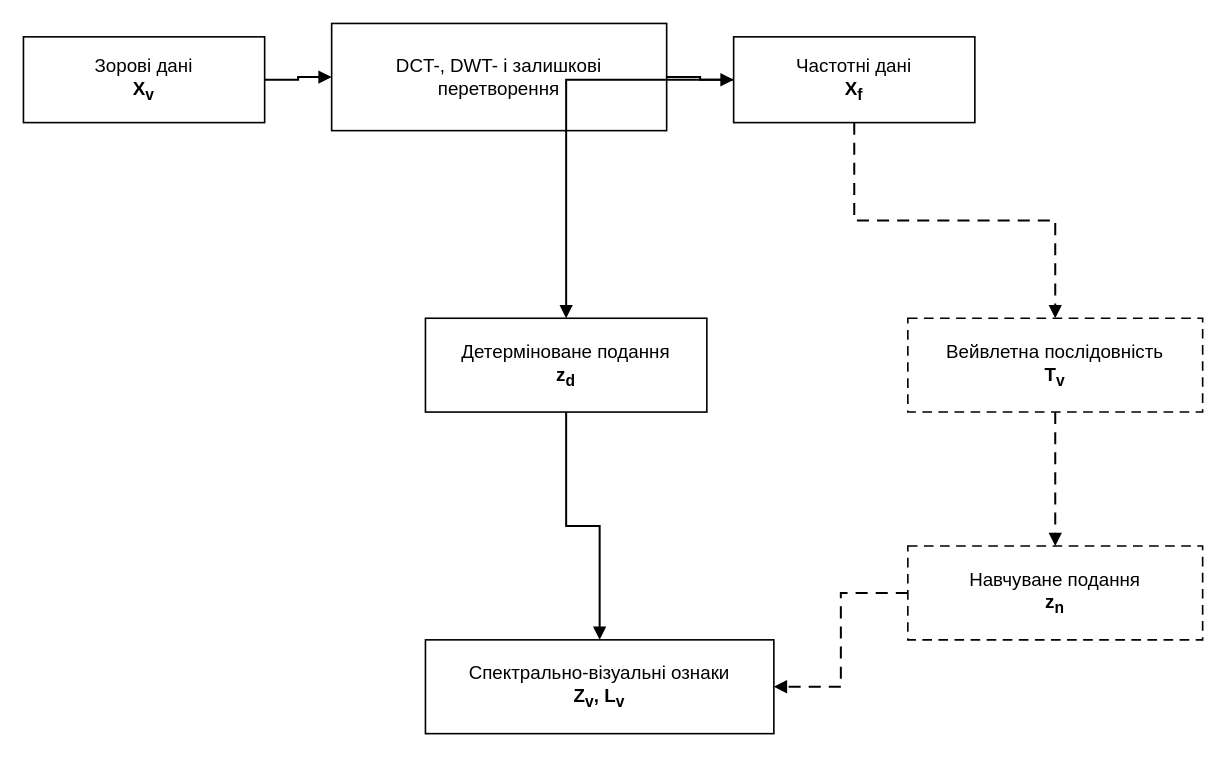
Earlier version of the draw.io diagram title/figures_drawio/fig_3_3_wavelet_tokenization.drawio (oleksandrmelnychenko/dima-phd). Source tidied: cells renumbered, new cells numbered last; positions are measured from the earlier drawing's top-left corner, leaving out a move shared by most shapes. Both pictures are drawn from the tidied source at 134%, with x=0, y=0 at pixel (23, 23).
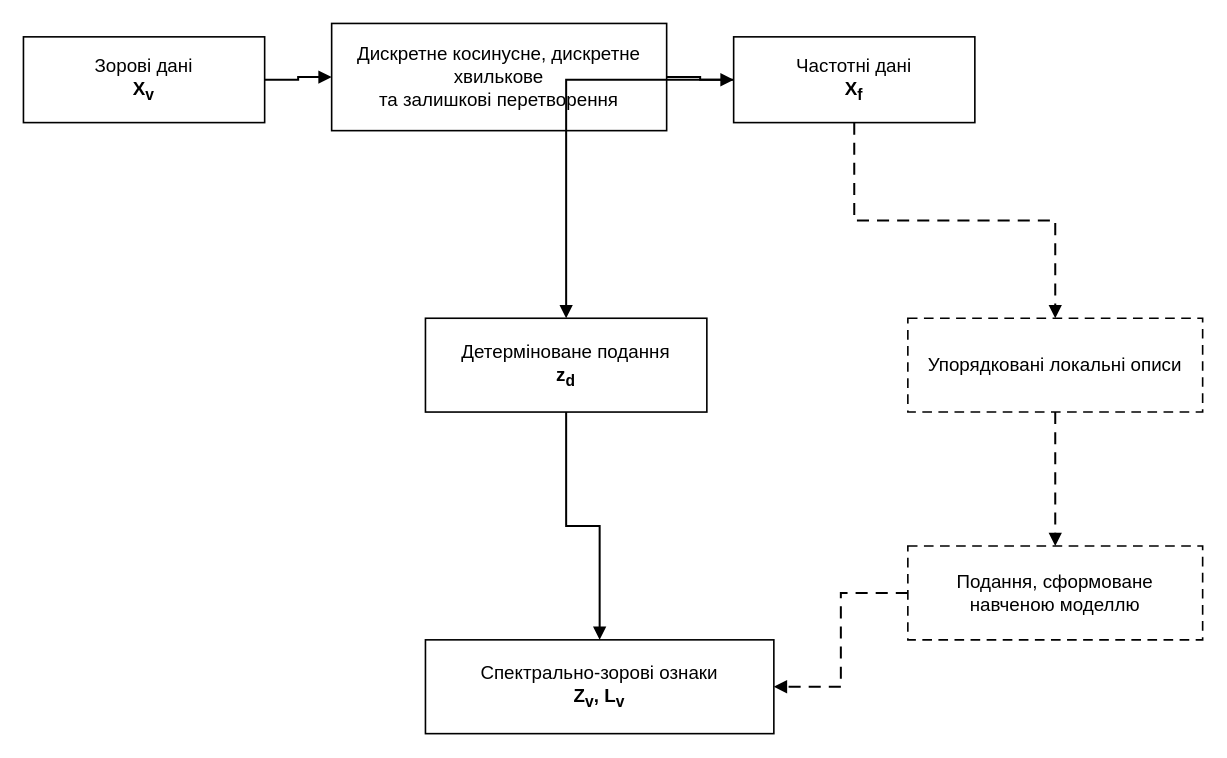
The same diagram, later.

What changed in the source:
```diff
@@
 <mxGraphModel>
   <root>
     <mxCell id="0" />
     <mxCell id="1" parent="0" />
     <mxCell id="2" value="Зорові дані&lt;br&gt;&lt;b&gt;X&lt;sub&gt;v&lt;/sub&gt;&lt;/b&gt;" style="rounded=0;whiteSpace=wrap;html=1;fillColor=#ffffff;strokeColor=#000000;strokeWidth=1.2;fontColor=#000000;fontSize=14;align=center;verticalAlign=middle;spacing=8;" parent="1" vertex="1">
       <mxGeometry y="10" width="180" height="64" as="geometry" />
     </mxCell>
-    <mxCell id="3" value="DCT-, DWT- і залишкові перетворення" style="rounded=0;whiteSpace=wrap;html=1;fillColor=#ffffff;strokeColor=#000000;strokeWidth=1.2;fontColor=#000000;fontSize=14;align=center;verticalAlign=middle;spacing=8;" parent="1" vertex="1">
+    <mxCell id="3" value="Дискретне косинусне, дискретне хвилькове&lt;br&gt;та залишкові перетворення" style="rounded=0;whiteSpace=wrap;html=1;fillColor=#ffffff;strokeColor=#000000;strokeWidth=1.2;fontColor=#000000;fontSize=14;align=center;verticalAlign=middle;spacing=8;" parent="1" vertex="1">
       <mxGeometry x="230" width="250" height="80" as="geometry" />
     </mxCell>
     <mxCell id="4" value="Частотні дані&lt;br&gt;&lt;b&gt;X&lt;sub&gt;f&lt;/sub&gt;&lt;/b&gt;" style="rounded=0;whiteSpace=wrap;html=1;fillColor=#ffffff;strokeColor=#000000;strokeWidth=1.2;fontColor=#000000;fontSize=14;align=center;verticalAlign=middle;spacing=8;" parent="1" vertex="1">
       <mxGeometry x="530" y="10" width="180" height="64" as="geometry" />
     </mxCell>
     <mxCell id="5" value="Детерміноване подання&lt;br&gt;&lt;b&gt;z&lt;sub&gt;d&lt;/sub&gt;&lt;/b&gt;" style="rounded=0;whiteSpace=wrap;html=1;fillColor=#ffffff;strokeColor=#000000;strokeWidth=1.2;fontColor=#000000;fontSize=14;align=center;verticalAlign=middle;spacing=8;" parent="1" vertex="1">
       <mxGeometry x="300" y="220" width="210" height="70" as="geometry" />
     </mxCell>
-    <mxCell id="6" value="Вейвлетна послідовність&lt;br&gt;&lt;b&gt;T&lt;sub&gt;v&lt;/sub&gt;&lt;/b&gt;" style="rounded=0;whiteSpace=wrap;html=1;fillColor=#ffffff;strokeColor=#000000;strokeWidth=1.2;fontColor=#000000;fontSize=14;align=center;verticalAlign=middle;spacing=8;dashed=1;dashPattern=6 4;" parent="1" vertex="1">
+    <mxCell id="6" value="Упорядковані локальні описи" style="rounded=0;whiteSpace=wrap;html=1;fillColor=#ffffff;strokeColor=#000000;strokeWidth=1.2;fontColor=#000000;fontSize=14;align=center;verticalAlign=middle;spacing=8;dashed=1;dashPattern=6 4;" parent="1" vertex="1">
       <mxGeometry x="660" y="220" width="220" height="70" as="geometry" />
     </mxCell>
-    <mxCell id="7" value="Навчуване подання&lt;br&gt;&lt;b&gt;z&lt;sub&gt;n&lt;/sub&gt;&lt;/b&gt;" style="rounded=0;whiteSpace=wrap;html=1;fillColor=#ffffff;strokeColor=#000000;strokeWidth=1.2;fontColor=#000000;fontSize=14;align=center;verticalAlign=middle;spacing=8;dashed=1;dashPattern=6 4;" parent="1" vertex="1">
+    <mxCell id="7" value="Подання, сформоване&lt;br&gt;навченою моделлю" style="rounded=0;whiteSpace=wrap;html=1;fillColor=#ffffff;strokeColor=#000000;strokeWidth=1.2;fontColor=#000000;fontSize=14;align=center;verticalAlign=middle;spacing=8;dashed=1;dashPattern=6 4;" parent="1" vertex="1">
       <mxGeometry x="660" y="390" width="220" height="70" as="geometry" />
     </mxCell>
-    <mxCell id="8" value="Спектрально-візуальні ознаки&lt;br&gt;&lt;b&gt;Z&lt;sub&gt;v&lt;/sub&gt;, L&lt;sub&gt;v&lt;/sub&gt;&lt;/b&gt;" style="rounded=0;whiteSpace=wrap;html=1;fillColor=#ffffff;strokeColor=#000000;strokeWidth=1.2;fontColor=#000000;fontSize=14;align=center;verticalAlign=middle;spacing=8;" parent="1" vertex="1">
+    <mxCell id="8" value="Спектрально-зорові ознаки&lt;br&gt;&lt;b&gt;Z&lt;sub&gt;v&lt;/sub&gt;, L&lt;sub&gt;v&lt;/sub&gt;&lt;/b&gt;" style="rounded=0;whiteSpace=wrap;html=1;fillColor=#ffffff;strokeColor=#000000;strokeWidth=1.2;fontColor=#000000;fontSize=14;align=center;verticalAlign=middle;spacing=8;" parent="1" vertex="1">
       <mxGeometry x="300" y="460" width="260" height="70" as="geometry" />
     </mxCell>
     <mxCell id="9" style="edgeStyle=orthogonalEdgeStyle;rounded=0;jettySize=auto;html=1;endArrow=block;endFill=1;strokeColor=#000000;strokeWidth=1.5;" parent="1" edge="1" source="2" target="3">
       <mxGeometry relative="1" as="geometry" />
     </mxCell>
     <mxCell id="10" style="edgeStyle=orthogonalEdgeStyle;rounded=0;jettySize=auto;html=1;endArrow=block;endFill=1;strokeColor=#000000;strokeWidth=1.5;" parent="1" edge="1" source="3" target="4">
       <mxGeometry relative="1" as="geometry" />
     </mxCell>
     <mxCell id="11" style="edgeStyle=orthogonalEdgeStyle;rounded=0;jettySize=auto;html=1;endArrow=block;endFill=1;strokeColor=#000000;strokeWidth=1.5;" parent="1" edge="1" source="4" target="5">
       <mxGeometry relative="1" as="geometry" />
     </mxCell>
     <mxCell id="12" style="edgeStyle=orthogonalEdgeStyle;rounded=0;jettySize=auto;html=1;endArrow=block;endFill=1;strokeColor=#000000;strokeWidth=1.5;dashed=1;dashPattern=6 4;" parent="1" edge="1" source="4" target="6">
       <mxGeometry relative="1" as="geometry" />
     </mxCell>
     <mxCell id="13" style="edgeStyle=orthogonalEdgeStyle;rounded=0;jettySize=auto;html=1;endArrow=block;endFill=1;strokeColor=#000000;strokeWidth=1.5;dashed=1;dashPattern=6 4;" parent="1" edge="1" source="6" target="7">
       <mxGeometry relative="1" as="geometry" />
     </mxCell>
     <mxCell id="14" style="edgeStyle=orthogonalEdgeStyle;rounded=0;jettySize=auto;html=1;endArrow=block;endFill=1;strokeColor=#000000;strokeWidth=1.5;" parent="1" edge="1" source="5" target="8">
       <mxGeometry relative="1" as="geometry" />
     </mxCell>
     <mxCell id="15" style="edgeStyle=orthogonalEdgeStyle;rounded=0;jettySize=auto;html=1;endArrow=block;endFill=1;strokeColor=#000000;strokeWidth=1.5;dashed=1;dashPattern=6 4;" parent="1" edge="1" source="7" target="8">
       <mxGeometry relative="1" as="geometry" />
     </mxCell>
   </root>
 </mxGraphModel>
```
